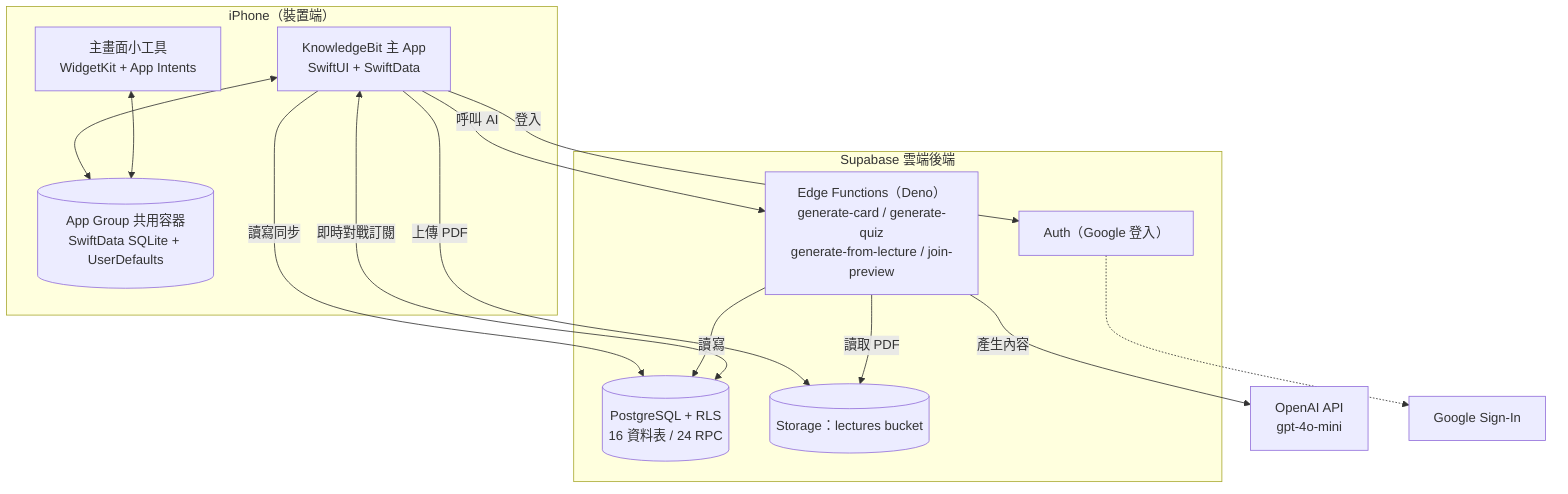
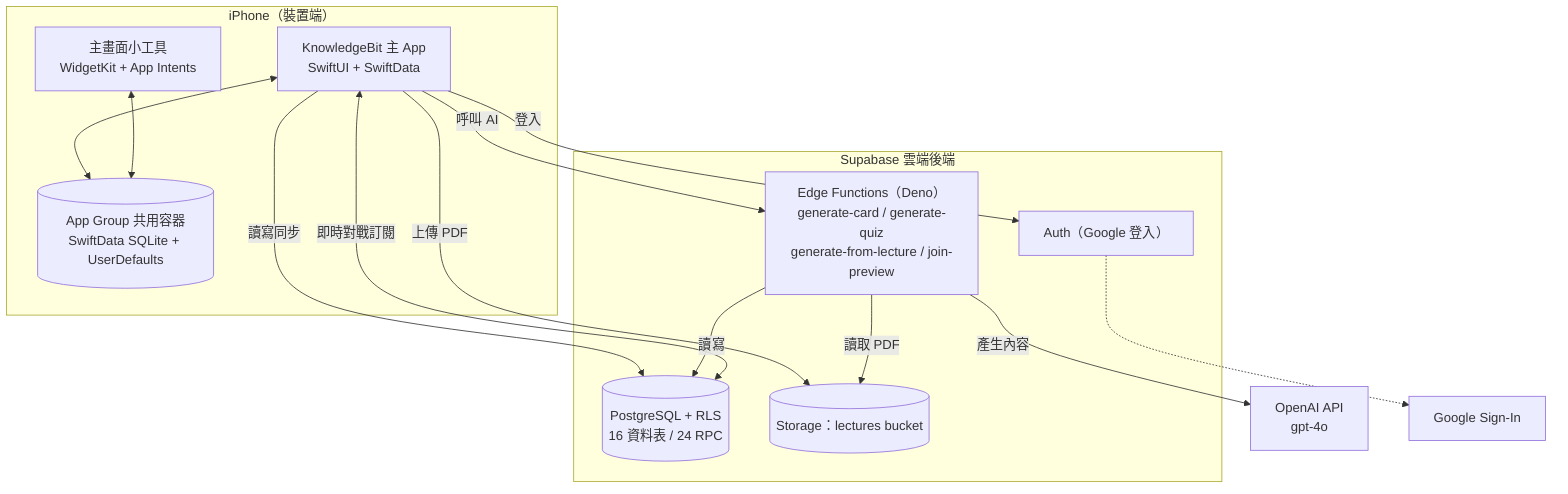
graph TD
    subgraph Device["iPhone（裝置端）"]
        APP["KnowledgeBit 主 App<br/>SwiftUI + SwiftData"]
        WIDGET["主畫面小工具<br/>WidgetKit + App Intents"]
        AG[("App Group 共用容器<br/>SwiftData SQLite + UserDefaults")]
        APP <--> AG
        WIDGET <--> AG
    end

    subgraph Supabase["Supabase 雲端後端"]
        AUTH["Auth（Google 登入）"]
        DB[("PostgreSQL + RLS<br/>16 資料表 / 24 RPC")]
        EF["Edge Functions（Deno）<br/>generate-card / generate-quiz<br/>generate-from-lecture / join-preview"]
        ST[("Storage：lectures bucket")]
    end

-     OPENAI["OpenAI API<br/>gpt-4o-mini"]
+     OPENAI["OpenAI API<br/>gpt-4o"]
    GOOGLE["Google Sign-In"]

    APP -->|登入| AUTH
    AUTH -.-> GOOGLE
    APP -->|讀寫同步| DB
    APP -->|上傳 PDF| ST
    APP -->|呼叫 AI| EF
    EF -->|產生內容| OPENAI
    EF -->|讀寫| DB
    EF -->|讀取 PDF| ST
    DB <-->|即時對戰訂閱| APP
